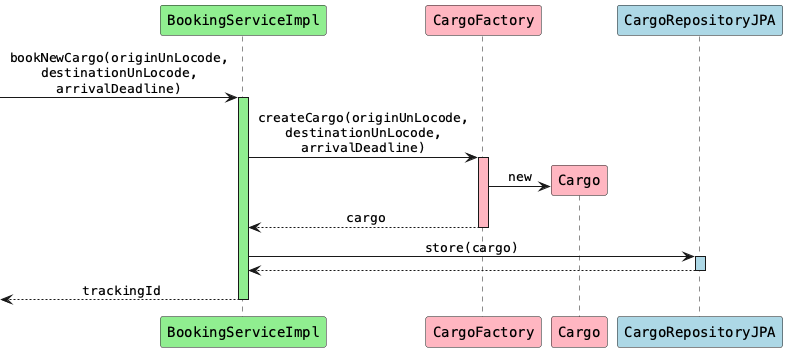
Before: src/site/resources/diagrams/BookingServiceImpl_bookNewCargo.png, a diagram exported from PlantUML (aowss/dddsample-core).
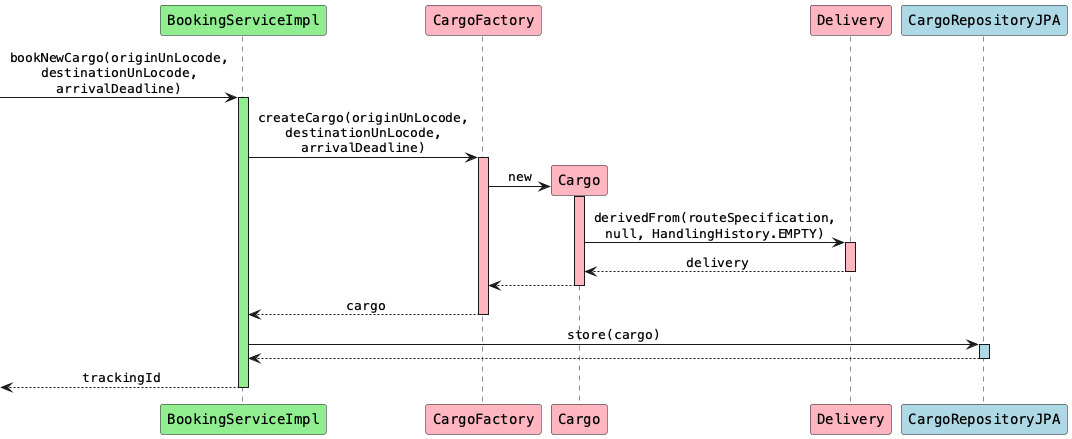
After the commit.

Change to the diagram source:
```diff
@@ -6,6 +6,7 @@
 participant "BookingServiceImpl" as bs #lightgreen
 participant "CargoFactory" as cf #lightpink
 participant "Cargo" as c #lightpink
+participant "Delivery" as d #lightpink
 participant "CargoRepositoryJPA" as cr #lightblue
 
 [-> bs: bookNewCargo(originUnLocode,\ndestinationUnLocode,\narrivalDeadline)
@@ -15,6 +16,15 @@
 activate cf #lightpink
 create c
 cf -> c: new
+activate c #lightpink
+
+c -> d: derivedFrom(routeSpecification,\nnull, HandlingHistory.EMPTY)
+activate d #lightpink
+d --> c: delivery
+deactivate d
+
+c --> cf
+deactivate c
 cf --> bs: cargo
 deactivate cf
 
```
